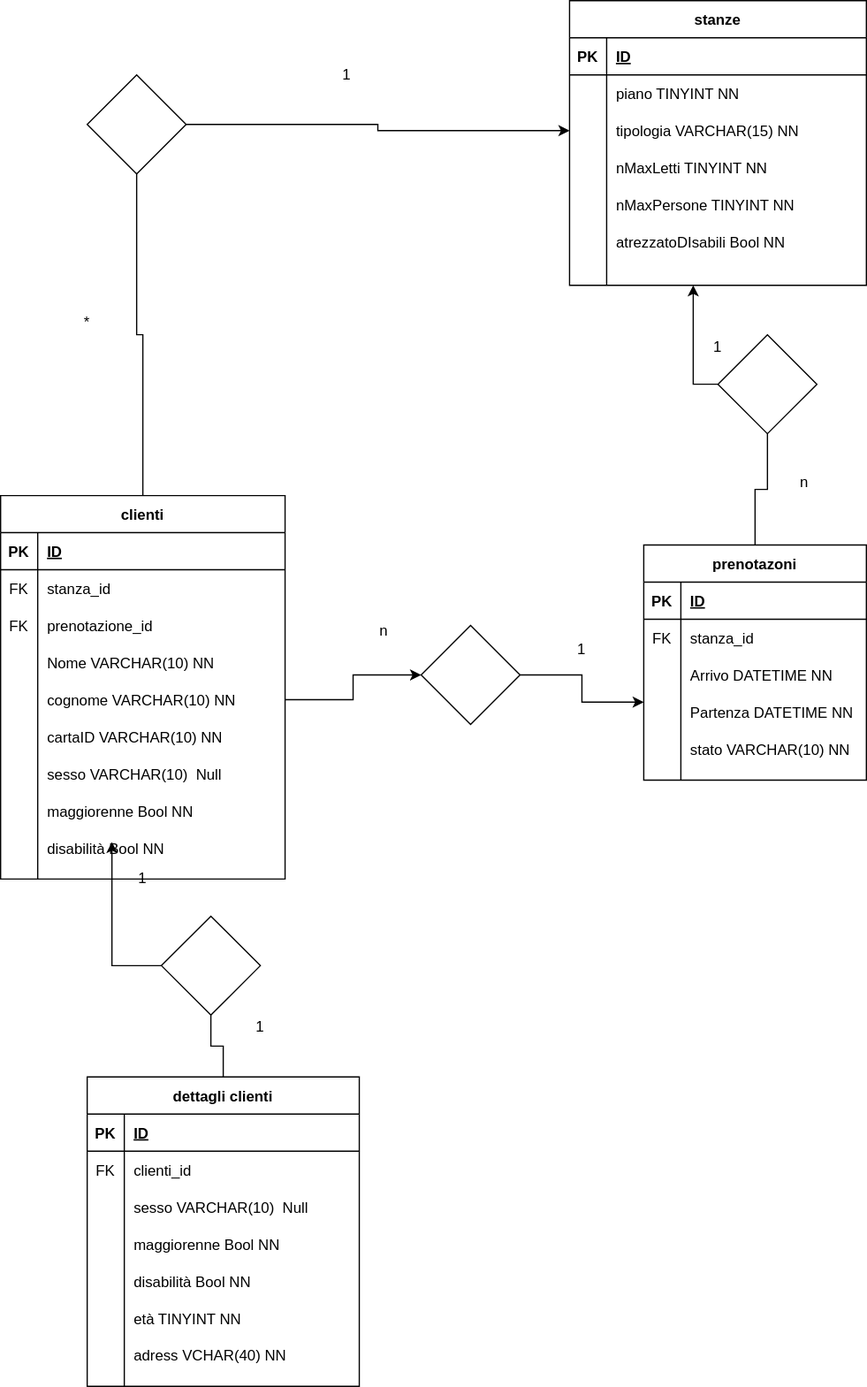
Earlier version of the draw.io export hotel.svg (GabrieleCorti/db-hotel). Source tidied: cells renumbered, new cells last; positions are measured from the earlier drawing's top-left corner, leaving out a move shared by most shapes.
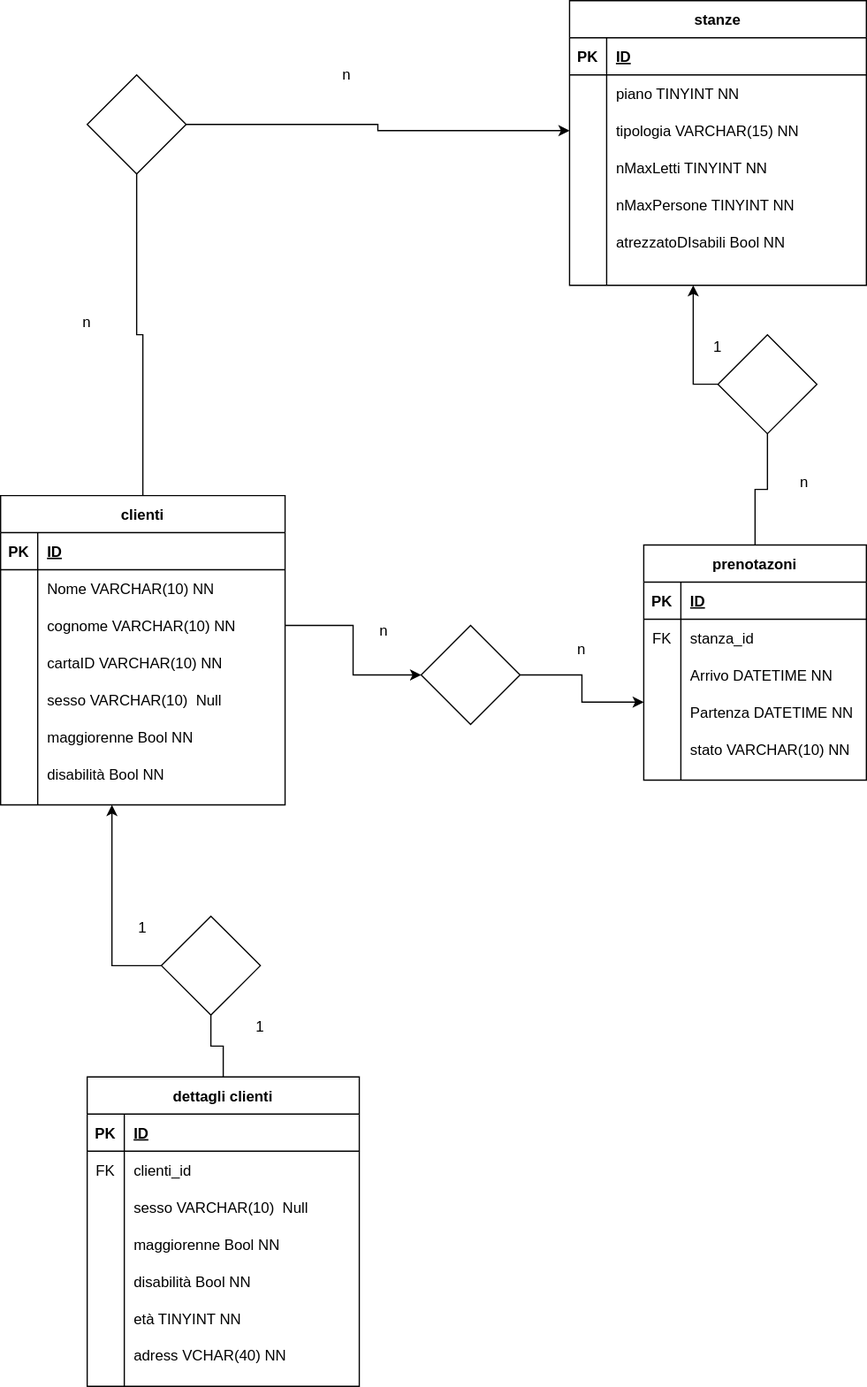
After the commit.

Commit message:
cambiato alcune cardinalità

The edit, as a diff of the source:
```diff
@@ -63,7 +63,7 @@
       <mxGeometry relative="1" as="geometry" />
     </mxCell>
     <mxCell id="22" value="clienti" style="shape=table;startSize=30;rowLines=0;fontStyle=1;align=center;" parent="1" vertex="1">
-      <mxGeometry y="400" width="230" height="310" as="geometry" />
+      <mxGeometry y="400" width="230" height="250" as="geometry" />
     </mxCell>
     <mxCell id="23" style="shape=partialRectangle;fillColor=none;top=0;left=0;bottom=1;right=0;" parent="22" vertex="1">
       <mxGeometry y="30" width="230" height="30" as="geometry" />
@@ -74,26 +74,8 @@
     <mxCell id="25" value="ID" style="shape=partialRectangle;fillColor=none;top=0;left=0;bottom=0;right=0;align=left;spacingLeft=6;fontStyle=5;overflow=hidden;" parent="23" vertex="1">
       <mxGeometry x="30" width="200" height="30" as="geometry" />
     </mxCell>
-    <mxCell id="26" style="shape=partialRectangle;fillColor=none;top=0;left=0;bottom=0;right=0;" parent="22" vertex="1">
-      <mxGeometry y="60" width="230" height="30" as="geometry" />
-    </mxCell>
-    <mxCell id="27" value="FK" style="shape=partialRectangle;fillColor=none;top=0;left=0;bottom=0;right=0;fontStyle=0;overflow=hidden;" parent="26" vertex="1">
-      <mxGeometry width="30" height="30" as="geometry" />
-    </mxCell>
-    <mxCell id="28" value="stanza_id" style="shape=partialRectangle;fillColor=none;top=0;left=0;bottom=0;right=0;align=left;spacingLeft=6;fontStyle=0;overflow=hidden;" parent="26" vertex="1">
-      <mxGeometry x="30" width="200" height="30" as="geometry" />
-    </mxCell>
-    <mxCell id="29" style="shape=partialRectangle;fillColor=none;top=0;left=0;bottom=0;right=0;" parent="22" vertex="1">
-      <mxGeometry y="90" width="230" height="30" as="geometry" />
-    </mxCell>
-    <mxCell id="30" value="FK" style="shape=partialRectangle;fillColor=none;top=0;left=0;bottom=0;right=0;fontStyle=0;overflow=hidden;" parent="29" vertex="1">
-      <mxGeometry width="30" height="30" as="geometry" />
-    </mxCell>
-    <mxCell id="31" value="prenotazione_id" style="shape=partialRectangle;fillColor=none;top=0;left=0;bottom=0;right=0;align=left;spacingLeft=6;fontStyle=0;overflow=hidden;" parent="29" vertex="1">
-      <mxGeometry x="30" width="200" height="30" as="geometry" />
-    </mxCell>
     <mxCell id="32" style="shape=partialRectangle;fillColor=none;top=0;left=0;bottom=0;right=0;" parent="22" vertex="1">
-      <mxGeometry y="120" width="230" height="30" as="geometry" />
+      <mxGeometry y="60" width="230" height="30" as="geometry" />
     </mxCell>
     <mxCell id="33" style="shape=partialRectangle;fillColor=none;top=0;left=0;bottom=0;right=0;overflow=hidden;" parent="32" vertex="1">
       <mxGeometry width="30" height="30" as="geometry" />
@@ -102,7 +84,7 @@
       <mxGeometry x="30" width="200" height="30" as="geometry" />
     </mxCell>
     <mxCell id="35" style="shape=partialRectangle;fillColor=none;top=0;left=0;bottom=0;right=0;points=[[0,0.5],[1,0.5]];portConstraint=eastwest;" parent="22" vertex="1">
-      <mxGeometry y="150" width="230" height="30" as="geometry" />
+      <mxGeometry y="90" width="230" height="30" as="geometry" />
     </mxCell>
     <mxCell id="36" style="shape=partialRectangle;fillColor=none;top=0;left=0;bottom=0;right=0;overflow=hidden;" parent="35" vertex="1">
       <mxGeometry width="30" height="30" as="geometry" />
@@ -111,7 +93,7 @@
       <mxGeometry x="30" width="200" height="30" as="geometry" />
     </mxCell>
     <mxCell id="38" style="shape=partialRectangle;fillColor=none;top=0;left=0;bottom=0;right=0;" parent="22" vertex="1">
-      <mxGeometry y="180" width="230" height="30" as="geometry" />
+      <mxGeometry y="120" width="230" height="30" as="geometry" />
     </mxCell>
     <mxCell id="39" style="shape=partialRectangle;fillColor=none;top=0;left=0;bottom=0;right=0;overflow=hidden;" parent="38" vertex="1">
       <mxGeometry width="30" height="30" as="geometry" />
@@ -120,7 +102,7 @@
       <mxGeometry x="30" width="200" height="30" as="geometry" />
     </mxCell>
     <mxCell id="41" style="shape=partialRectangle;fillColor=none;top=0;left=0;bottom=0;right=0;" parent="22" vertex="1">
-      <mxGeometry y="210" width="230" height="30" as="geometry" />
+      <mxGeometry y="150" width="230" height="30" as="geometry" />
     </mxCell>
     <mxCell id="42" style="shape=partialRectangle;fillColor=none;top=0;left=0;bottom=0;right=0;overflow=hidden;" parent="41" vertex="1">
       <mxGeometry width="30" height="30" as="geometry" />
@@ -129,7 +111,7 @@
       <mxGeometry x="30" width="200" height="30" as="geometry" />
     </mxCell>
     <mxCell id="44" style="shape=partialRectangle;fillColor=none;top=0;left=0;bottom=0;right=0;" parent="22" vertex="1">
-      <mxGeometry y="240" width="230" height="30" as="geometry" />
+      <mxGeometry y="180" width="230" height="30" as="geometry" />
     </mxCell>
     <mxCell id="45" style="shape=partialRectangle;fillColor=none;top=0;left=0;bottom=0;right=0;overflow=hidden;" parent="44" vertex="1">
       <mxGeometry width="30" height="30" as="geometry" />
@@ -138,7 +120,7 @@
       <mxGeometry x="30" width="200" height="30" as="geometry" />
     </mxCell>
     <mxCell id="47" style="shape=partialRectangle;fillColor=none;top=0;left=0;bottom=0;right=0;" parent="22" vertex="1">
-      <mxGeometry y="270" width="230" height="30" as="geometry" />
+      <mxGeometry y="210" width="230" height="30" as="geometry" />
     </mxCell>
     <mxCell id="48" style="shape=partialRectangle;fillColor=none;top=0;left=0;bottom=0;right=0;overflow=hidden;" parent="47" vertex="1">
       <mxGeometry width="30" height="30" as="geometry" />
@@ -202,7 +184,7 @@
     <mxCell id="67" style="edgeStyle=orthogonalEdgeStyle;rounded=0;jettySize=auto;html=1;entryX=0;entryY=0.233;entryDx=0;entryDy=0;entryPerimeter=0;startArrow=none;" parent="1" edge="1" source="99" target="61">
       <mxGeometry relative="1" as="geometry" />
     </mxCell>
-    <mxCell id="68" value="1" style="text;html=1;strokeColor=none;fillColor=none;align=center;verticalAlign=middle;whiteSpace=wrap;rounded=0;" parent="1" vertex="1">
+    <mxCell id="68" value="n" style="text;html=1;strokeColor=none;fillColor=none;align=center;verticalAlign=middle;whiteSpace=wrap;rounded=0;" parent="1" vertex="1">
       <mxGeometry x="450" y="515" width="40" height="20" as="geometry" />
     </mxCell>
     <mxCell id="69" value="n" style="text;html=1;strokeColor=none;fillColor=none;align=center;verticalAlign=middle;whiteSpace=wrap;rounded=0;" parent="1" vertex="1">
@@ -222,7 +204,7 @@
     </mxCell>
     <mxCell id="74" style="edgeStyle=orthogonalEdgeStyle;rounded=0;jettySize=auto;html=1;startArrow=none;" parent="1" edge="1" source="105">
       <mxGeometry relative="1" as="geometry">
-        <mxPoint x="90" y="680" as="targetPoint" />
+        <mxPoint x="90" y="650" as="targetPoint" />
       </mxGeometry>
     </mxCell>
     <mxCell id="75" value="dettagli clienti" style="shape=table;startSize=30;rowLines=0;fontStyle=1;align=center;" parent="1" vertex="1">
@@ -295,7 +277,7 @@
       <mxGeometry x="190" y="820" width="40" height="20" as="geometry" />
     </mxCell>
     <mxCell id="98" value="1" style="text;html=1;strokeColor=none;fillColor=none;align=center;verticalAlign=middle;whiteSpace=wrap;rounded=0;" parent="1" vertex="1">
-      <mxGeometry x="95" y="700" width="40" height="20" as="geometry" />
+      <mxGeometry x="95" y="740" width="40" height="20" as="geometry" />
     </mxCell>
     <mxCell id="99" style="rhombus;whiteSpace=wrap;html=1;" parent="1" vertex="1">
       <mxGeometry x="340" y="505" width="80" height="80" as="geometry" />
@@ -306,10 +288,10 @@
     <mxCell id="101" style="edgeStyle=orthogonalEdgeStyle;rounded=0;jettySize=auto;html=1;endArrow=none;" parent="1" edge="1" source="22" target="100">
       <mxGeometry relative="1" as="geometry" />
     </mxCell>
-    <mxCell id="102" value="1" style="text;html=1;strokeColor=none;fillColor=none;align=center;verticalAlign=middle;whiteSpace=wrap;rounded=0;" parent="1" vertex="1">
+    <mxCell id="102" value="n" style="text;html=1;strokeColor=none;fillColor=none;align=center;verticalAlign=middle;whiteSpace=wrap;rounded=0;" parent="1" vertex="1">
       <mxGeometry x="260" y="50" width="40" height="20" as="geometry" />
     </mxCell>
-    <mxCell id="103" value="*" style="text;html=1;strokeColor=none;fillColor=none;align=center;verticalAlign=middle;whiteSpace=wrap;rounded=0;" parent="1" vertex="1">
+    <mxCell id="103" value="n" style="text;html=1;strokeColor=none;fillColor=none;align=center;verticalAlign=middle;whiteSpace=wrap;rounded=0;" parent="1" vertex="1">
       <mxGeometry x="50" y="250" width="40" height="20" as="geometry" />
     </mxCell>
     <mxCell id="104" style="edgeStyle=orthogonalEdgeStyle;rounded=0;jettySize=auto;html=1;" parent="1" edge="1" source="35" target="99">
```
